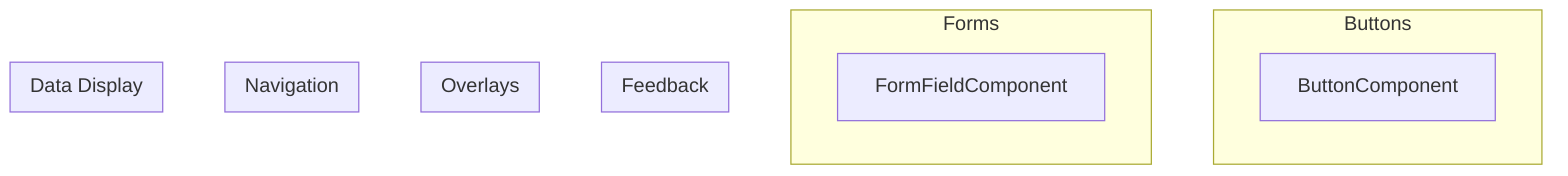
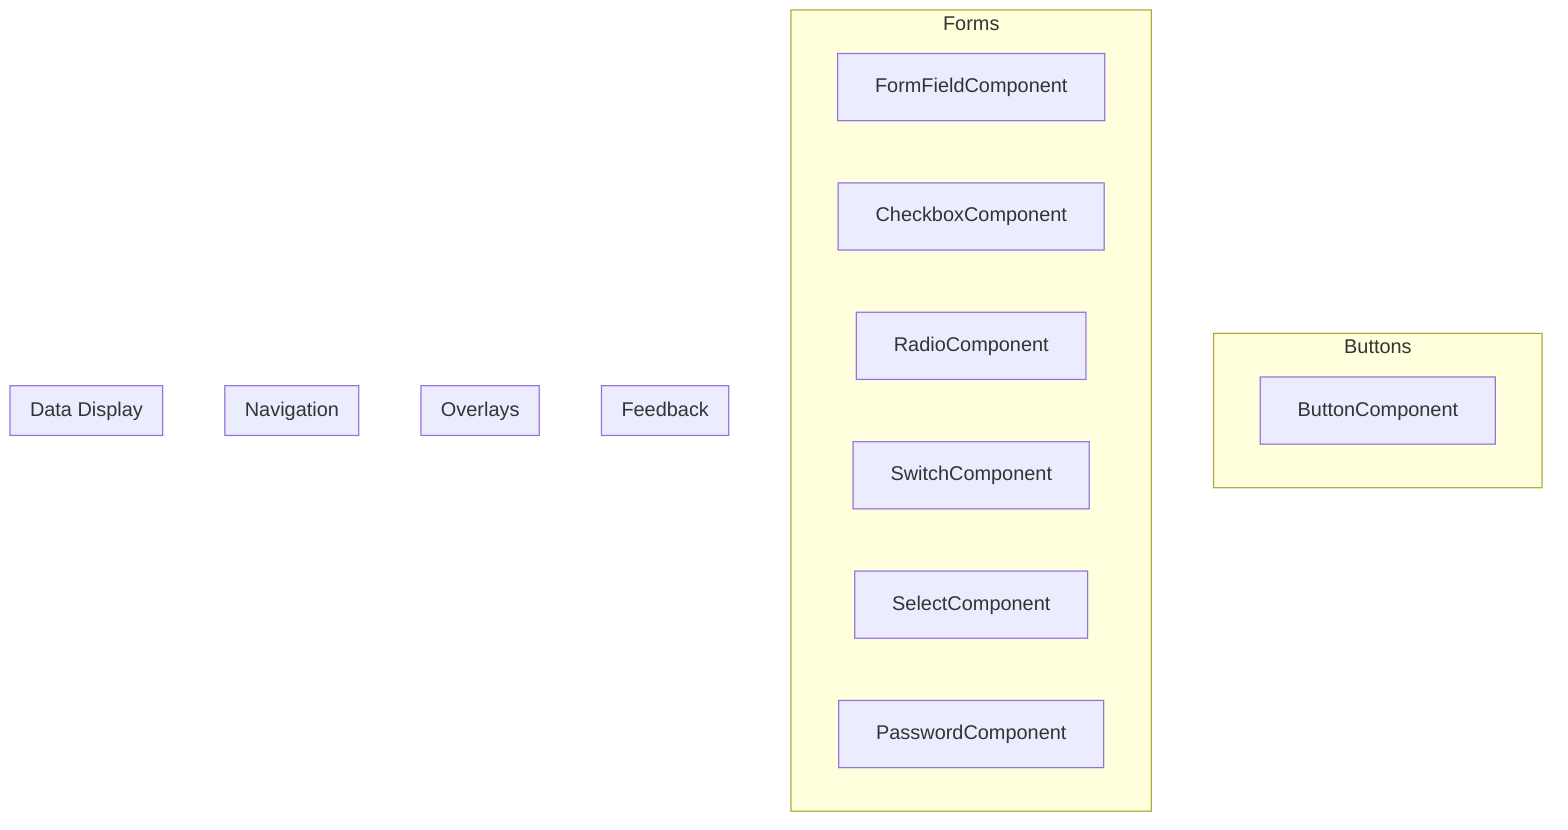
flowchart TB
  subgraph buttons["Buttons"]
    button_component["ButtonComponent"]
  end

  subgraph forms["Forms"]
    form_field_component["FormFieldComponent"]
+     checkbox_component["CheckboxComponent"]
+     radio_component["RadioComponent"]
+     switch_component["SwitchComponent"]
+     select_component["SelectComponent"]
+     password_component["PasswordComponent"]
  end

  subgraph feedback["Feedback"]
    %% Components go here.
  end

  subgraph overlays["Overlays"]
    %% Components go here.
  end

  subgraph navigation["Navigation"]
    %% Components go here.
  end

  subgraph data_display["Data Display"]
    %% Components go here.
  end
